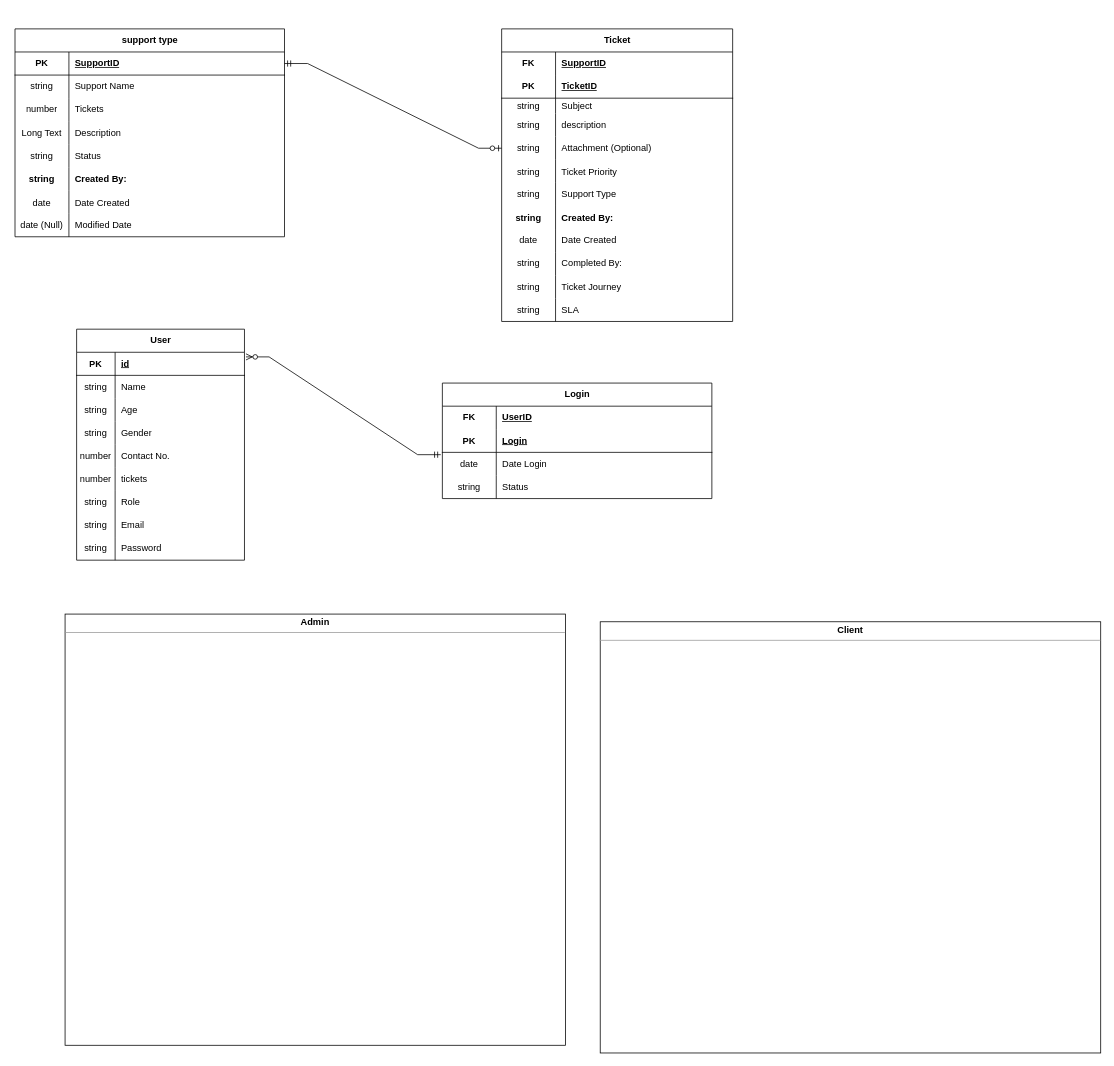
Earlier version of the draw.io diagram page "Page-1" (1 of 2) of hackdesk-erd.drawio (clydeaaron/hackdesk-erd). Source tidied: cells renumbered, new cells numbered last; positions are measured from the earlier drawing's top-left corner, leaving out a move shared by most shapes. Both pictures are drawn from the tidied source at 77%, with x=0, y=0 at pixel (15, 28).
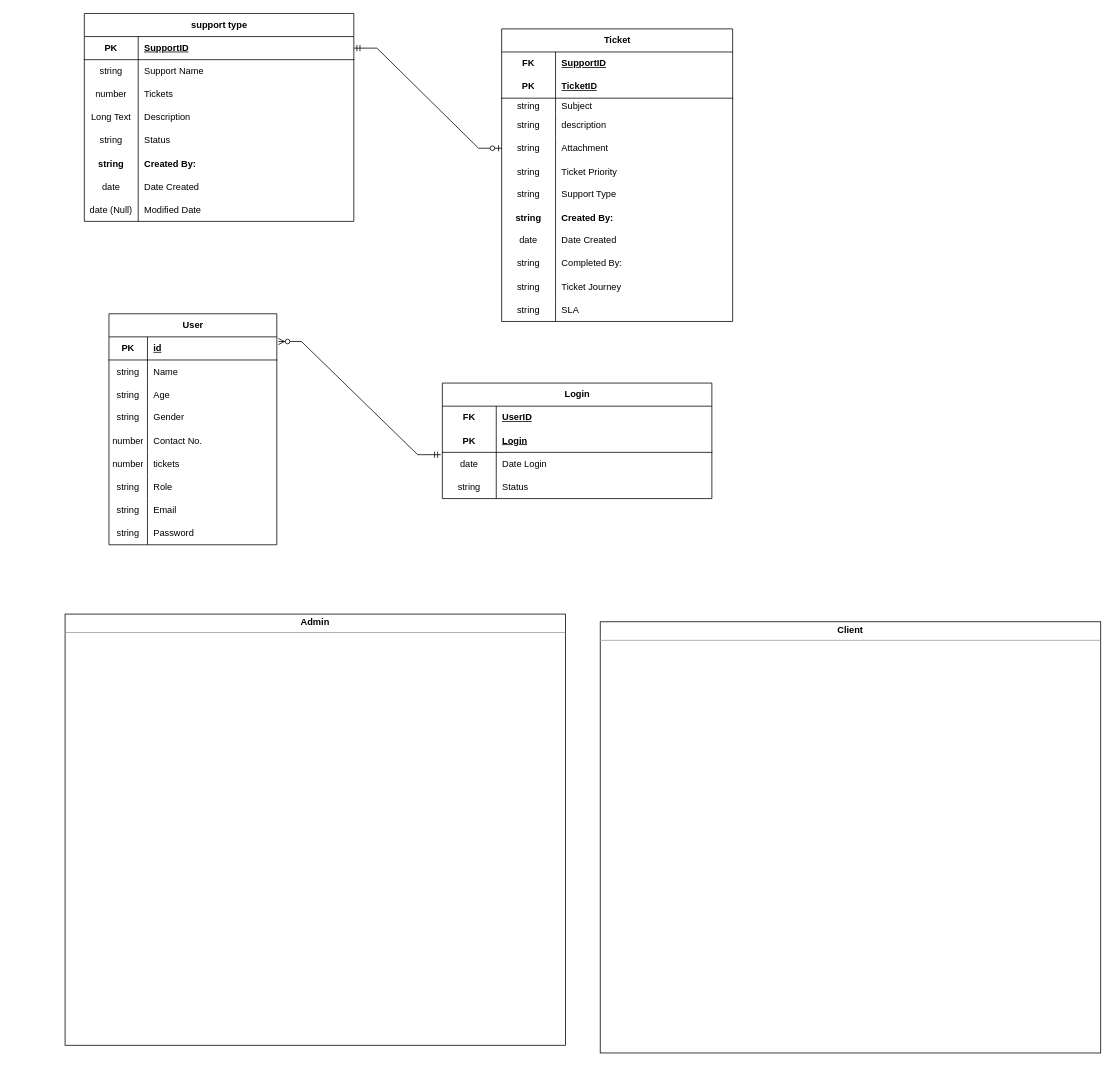
Above is the later version.

Unchanged cells that the change refers to:
```xml
<mxCell id="16" style="shape=tableRow;horizontal=0;startSize=0;swimlaneHead=0;swimlaneBody=0;fillColor=none;points=[[0,0.5],[1,0.5]];portConstraint=eastwest;top=0;left=0;right=0;bottom=0;" parent="3" vertex="1">
  <mxGeometry y="140" width="300" height="30" as="geometry" />
</mxCell>
```

What changed in the source:
```diff
@@
-    <mxCell id="18" value="Attachment (Optional)" style="shape=partialRectangle;fillColor=none;top=0;left=0;bottom=0;right=0;align=left;spacingLeft=6;overflow=hidden;whiteSpace=wrap;html=1;" parent="16" vertex="1">
+    <mxCell id="18" value="Attachment" style="shape=partialRectangle;fillColor=none;top=0;left=0;bottom=0;right=0;align=left;spacingLeft=6;overflow=hidden;whiteSpace=wrap;html=1;" parent="16" vertex="1">
       <mxGeometry x="70" width="230" height="30" as="geometry" />
     </mxCell>
@@
     <mxCell id="41" value="User" style="shape=table;startSize=30;childLayout=tableLayout;rowLines=0;fontStyle=1;align=center;html=1;" parent="1" vertex="1">
-      <mxGeometry x="80" y="390" width="218" height="300" as="geometry" />
+      <mxGeometry x="122" y="370" width="218" height="300" as="geometry" />
     </mxCell>
@@
     <mxCell id="69" value="&lt;b&gt;support type&lt;/b&gt;" style="shape=table;startSize=30;childLayout=tableLayout;rowLines=0;fontStyle=0;align=center;html=1;" parent="1" vertex="1">
-      <mxGeometry width="350" height="270" as="geometry" />
+      <mxGeometry x="90" y="-20" width="350" height="270" as="geometry" />
     </mxCell>
```
